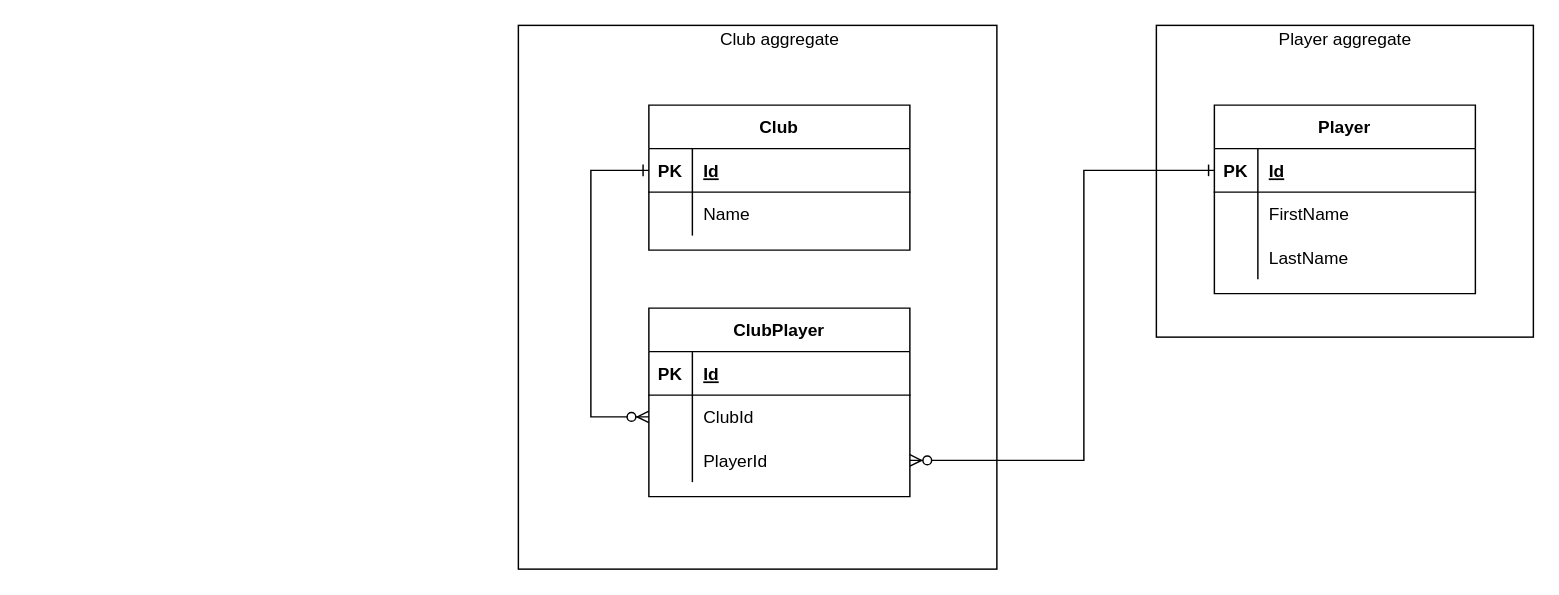
Before: documentation/ERD.drawio in steffbeckers/snooker, a draw.io diagram. Source tidied: cells renumbered, new cells numbered last; positions are measured from the earlier drawing's top-left corner, leaving out a move shared by most shapes. Both pictures are drawn from the tidied source at 145%, with x=0, y=0 at pixel (518, 25).
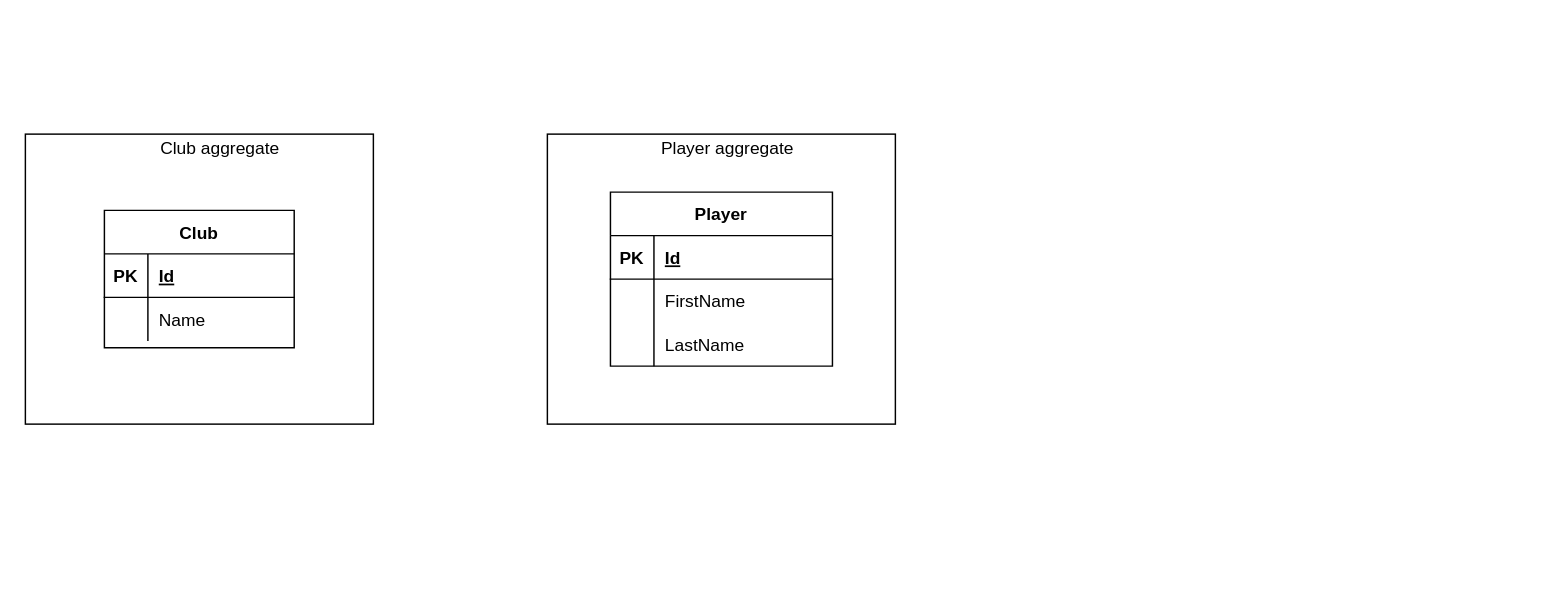
Above is the later version.

Diff of the diagram source:
```diff
@@
+    <mxCell id="35" style="group;" parent="1" vertex="1">
+      <mxGeometry x="20" y="75" width="240" height="200" as="geometry" />
+    </mxCell>
-    <mxCell id="2" style="whiteSpace=wrap;html=1;" parent="1" vertex="1">
-      <mxGeometry x="440" width="260" height="215" as="geometry" />
+    <mxCell id="2" style="whiteSpace=wrap;html=1;" parent="35" vertex="1">
+      <mxGeometry width="240" height="200" as="geometry" />
     </mxCell>
-    <mxCell id="3" style="whiteSpace=wrap;html=1;" parent="1" vertex="1">
-      <mxGeometry width="330" height="375" as="geometry" />
-    </mxCell>
-    <mxCell id="4" value="Club" style="shape=table;startSize=30;childLayout=tableLayout;rowLines=0;fontStyle=1;align=center;" parent="1" vertex="1">
-      <mxGeometry x="90" y="55" width="180" height="100" as="geometry" />
-    </mxCell>
-    <mxCell id="5" style="shape=partialRectangle;fillColor=none;top=0;left=0;bottom=1;right=0;points=[[0,0.5],[1,0.5]];portConstraint=eastwest;" parent="4" vertex="1">
-      <mxGeometry y="30" width="180" height="30" as="geometry" />
-    </mxCell>
-    <mxCell id="6" value="PK" style="shape=partialRectangle;fillColor=none;top=0;left=0;bottom=0;right=0;fontStyle=1;overflow=hidden;" parent="5" vertex="1">
-      <mxGeometry width="30" height="30" as="geometry" />
-    </mxCell>
-    <mxCell id="7" value="Id" style="shape=partialRectangle;fillColor=none;top=0;left=0;bottom=0;right=0;align=left;spacingLeft=6;fontStyle=5;overflow=hidden;" parent="5" vertex="1">
-      <mxGeometry x="30" width="150" height="30" as="geometry" />
-    </mxCell>
-    <mxCell id="8" style="shape=partialRectangle;fillColor=none;top=0;left=0;bottom=0;right=0;" parent="4" vertex="1">
-      <mxGeometry y="60" width="180" height="30" as="geometry" />
-    </mxCell>
-    <mxCell id="9" style="shape=partialRectangle;fillColor=none;top=0;left=0;bottom=0;right=0;overflow=hidden;" parent="8" vertex="1">
-      <mxGeometry width="30" height="30" as="geometry" />
-    </mxCell>
-    <mxCell id="10" value="Name" style="shape=partialRectangle;fillColor=none;top=0;left=0;bottom=0;right=0;align=left;spacingLeft=6;overflow=hidden;" parent="8" vertex="1">
-      <mxGeometry x="30" width="150" height="30" as="geometry" />
-    </mxCell>
-    <mxCell id="11" value="Club aggregate" style="text;html=1;align=center;verticalAlign=middle;strokeColor=none;" parent="1" vertex="1">
-      <mxGeometry x="130" width="100" height="20" as="geometry" />
-    </mxCell>
+    <mxCell id="22" value="Player aggregate" style="text;html=1;align=center;verticalAlign=middle;strokeColor=none;" parent="35" vertex="1">
+      <mxGeometry x="69.2" width="110" height="20" as="geometry" />
+    </mxCell>
-    <mxCell id="12" value="Player" style="shape=table;startSize=30;childLayout=tableLayout;rowLines=0;fontStyle=1;align=center;" parent="1" vertex="1">
-      <mxGeometry x="480" y="55" width="180" height="130" as="geometry" />
+    <mxCell id="12" value="Player" style="shape=table;startSize=30;childLayout=tableLayout;rowLines=0;fontStyle=1;align=center;" parent="35" vertex="1">
+      <mxGeometry x="43.5" y="40" width="153.1" height="120" as="geometry" />
     </mxCell>
     <mxCell id="13" style="shape=partialRectangle;fillColor=none;top=0;left=0;bottom=1;right=0;points=[[0,0.5],[1,0.5]];portConstraint=eastwest;" parent="12" vertex="1">
-      <mxGeometry y="30" width="180" height="30" as="geometry" />
+      <mxGeometry y="30" width="153.1" height="30" as="geometry" />
     </mxCell>
@@
     <mxCell id="15" value="Id" style="shape=partialRectangle;fillColor=none;top=0;left=0;bottom=0;right=0;align=left;spacingLeft=6;fontStyle=5;overflow=hidden;" parent="13" vertex="1">
-      <mxGeometry x="30" width="150" height="30" as="geometry" />
+      <mxGeometry x="30" width="123.1" height="30" as="geometry" />
     </mxCell>
     <mxCell id="16" style="shape=partialRectangle;fillColor=none;top=0;left=0;bottom=0;right=0;" parent="12" vertex="1">
-      <mxGeometry y="60" width="180" height="30" as="geometry" />
+      <mxGeometry y="60" width="153.1" height="30" as="geometry" />
     </mxCell>
@@
     <mxCell id="18" value="FirstName" style="shape=partialRectangle;fillColor=none;top=0;left=0;bottom=0;right=0;align=left;spacingLeft=6;overflow=hidden;" parent="16" vertex="1">
-      <mxGeometry x="30" width="150" height="30" as="geometry" />
+      <mxGeometry x="30" width="123.1" height="30" as="geometry" />
     </mxCell>
     <mxCell id="19" style="shape=partialRectangle;fillColor=none;top=0;left=0;bottom=0;right=0;" parent="12" vertex="1">
-      <mxGeometry y="90" width="180" height="30" as="geometry" />
+      <mxGeometry y="90" width="153.1" height="30" as="geometry" />
     </mxCell>
@@
     <mxCell id="21" value="LastName" style="shape=partialRectangle;fillColor=none;top=0;left=0;bottom=0;right=0;align=left;spacingLeft=6;overflow=hidden;" parent="19" vertex="1">
-      <mxGeometry x="30" width="150" height="30" as="geometry" />
+      <mxGeometry x="30" width="123.1" height="30" as="geometry" />
     </mxCell>
-    <mxCell id="22" value="Player aggregate" style="text;html=1;align=center;verticalAlign=middle;strokeColor=none;" parent="1" vertex="1">
-      <mxGeometry x="515" width="110" height="20" as="geometry" />
-    </mxCell>
-    <mxCell id="23" value="ClubPlayer" style="shape=table;startSize=30;childLayout=tableLayout;rowLines=0;fontStyle=1;align=center;" parent="1" vertex="1">
-      <mxGeometry x="90" y="195" width="180" height="130" as="geometry" />
-    </mxCell>
-    <mxCell id="24" style="shape=partialRectangle;fillColor=none;top=0;left=0;bottom=1;right=0;" parent="23" vertex="1">
-      <mxGeometry y="30" width="180" height="30" as="geometry" />
-    </mxCell>
-    <mxCell id="25" value="PK" style="shape=partialRectangle;fillColor=none;top=0;left=0;bottom=0;right=0;fontStyle=1;overflow=hidden;" parent="24" vertex="1">
-      <mxGeometry width="30" height="30" as="geometry" />
-    </mxCell>
-    <mxCell id="26" value="Id" style="shape=partialRectangle;fillColor=none;top=0;left=0;bottom=0;right=0;align=left;spacingLeft=6;fontStyle=5;overflow=hidden;" parent="24" vertex="1">
-      <mxGeometry x="30" width="150" height="30" as="geometry" />
-    </mxCell>
-    <mxCell id="27" style="shape=partialRectangle;fillColor=none;top=0;left=0;bottom=0;right=0;points=[[0,0.5],[1,0.5]];portConstraint=eastwest;" parent="23" vertex="1">
-      <mxGeometry y="60" width="180" height="30" as="geometry" />
-    </mxCell>
-    <mxCell id="28" style="shape=partialRectangle;fillColor=none;top=0;left=0;bottom=0;right=0;overflow=hidden;" parent="27" vertex="1">
-      <mxGeometry width="30" height="30" as="geometry" />
-    </mxCell>
-    <mxCell id="29" value="ClubId" style="shape=partialRectangle;fillColor=none;top=0;left=0;bottom=0;right=0;align=left;spacingLeft=6;overflow=hidden;" parent="27" vertex="1">
-      <mxGeometry x="30" width="150" height="30" as="geometry" />
-    </mxCell>
-    <mxCell id="30" style="shape=partialRectangle;fillColor=none;top=0;left=0;bottom=0;right=0;points=[[0,0.5],[1,0.5]];portConstraint=eastwest;" parent="23" vertex="1">
-      <mxGeometry y="90" width="180" height="30" as="geometry" />
-    </mxCell>
-    <mxCell id="31" style="shape=partialRectangle;fillColor=none;top=0;left=0;bottom=0;right=0;overflow=hidden;" parent="30" vertex="1">
-      <mxGeometry width="30" height="30" as="geometry" />
-    </mxCell>
-    <mxCell id="32" value="PlayerId" style="shape=partialRectangle;fillColor=none;top=0;left=0;bottom=0;right=0;align=left;spacingLeft=6;overflow=hidden;" parent="30" vertex="1">
-      <mxGeometry x="30" width="150" height="30" as="geometry" />
-    </mxCell>
-    <mxCell id="33" style="edgeStyle=orthogonalEdgeStyle;rounded=0;jettySize=auto;html=1;exitX=1;exitY=0.5;exitDx=0;exitDy=0;entryX=0;entryY=0.5;entryDx=0;entryDy=0;endArrow=ERone;endFill=0;startArrow=ERzeroToMany;startFill=1;" parent="1" edge="1" source="30" target="13">
-      <mxGeometry relative="1" as="geometry">
-        <Array as="points">
-          <mxPoint x="390" y="300" />
-          <mxPoint x="390" y="100" />
-        </Array>
-      </mxGeometry>
-    </mxCell>
-    <mxCell id="34" style="edgeStyle=orthogonalEdgeStyle;rounded=0;jettySize=auto;html=1;exitX=0;exitY=0.5;exitDx=0;exitDy=0;entryX=0;entryY=0.5;entryDx=0;entryDy=0;endArrow=ERone;endFill=0;startArrow=ERzeroToMany;startFill=1;" parent="1" edge="1" source="27" target="5">
-      <mxGeometry relative="1" as="geometry">
-        <Array as="points">
-          <mxPoint x="50" y="270" />
-          <mxPoint x="50" y="100" />
-        </Array>
-      </mxGeometry>
-    </mxCell>
+    <mxCell id="36" style="group;" parent="1" vertex="1">
+      <mxGeometry x="-340" y="75" width="240" height="200" as="geometry" />
+    </mxCell>
+    <mxCell id="3" style="whiteSpace=wrap;html=1;" parent="36" vertex="1">
+      <mxGeometry width="240" height="200" as="geometry" />
+    </mxCell>
+    <mxCell id="11" value="Club aggregate" style="text;html=1;align=center;verticalAlign=middle;strokeColor=none;" parent="36" vertex="1">
+      <mxGeometry x="83.6" width="100" height="20" as="geometry" />
+    </mxCell>
+    <mxCell id="4" value="Club" style="shape=table;startSize=30;childLayout=tableLayout;rowLines=0;fontStyle=1;align=center;" parent="36" vertex="1">
+      <mxGeometry x="54.5" y="52.6" width="130.9" height="94.7" as="geometry" />
+    </mxCell>
+    <mxCell id="5" style="shape=partialRectangle;fillColor=none;top=0;left=0;bottom=1;right=0;points=[[0,0.5],[1,0.5]];portConstraint=eastwest;" parent="4" vertex="1">
+      <mxGeometry y="30" width="130.9" height="30" as="geometry" />
+    </mxCell>
+    <mxCell id="6" value="PK" style="shape=partialRectangle;fillColor=none;top=0;left=0;bottom=0;right=0;fontStyle=1;overflow=hidden;" parent="5" vertex="1">
+      <mxGeometry width="30" height="30" as="geometry" />
+    </mxCell>
+    <mxCell id="7" value="Id" style="shape=partialRectangle;fillColor=none;top=0;left=0;bottom=0;right=0;align=left;spacingLeft=6;fontStyle=5;overflow=hidden;" parent="5" vertex="1">
+      <mxGeometry x="30" width="100.9" height="30" as="geometry" />
+    </mxCell>
+    <mxCell id="8" style="shape=partialRectangle;fillColor=none;top=0;left=0;bottom=0;right=0;" parent="4" vertex="1">
+      <mxGeometry y="60" width="130.9" height="30" as="geometry" />
+    </mxCell>
+    <mxCell id="9" style="shape=partialRectangle;fillColor=none;top=0;left=0;bottom=0;right=0;overflow=hidden;" parent="8" vertex="1">
+      <mxGeometry width="30" height="30" as="geometry" />
+    </mxCell>
+    <mxCell id="10" value="Name" style="shape=partialRectangle;fillColor=none;top=0;left=0;bottom=0;right=0;align=left;spacingLeft=6;overflow=hidden;" parent="8" vertex="1">
+      <mxGeometry x="30" width="100.9" height="30" as="geometry" />
+    </mxCell>
```
